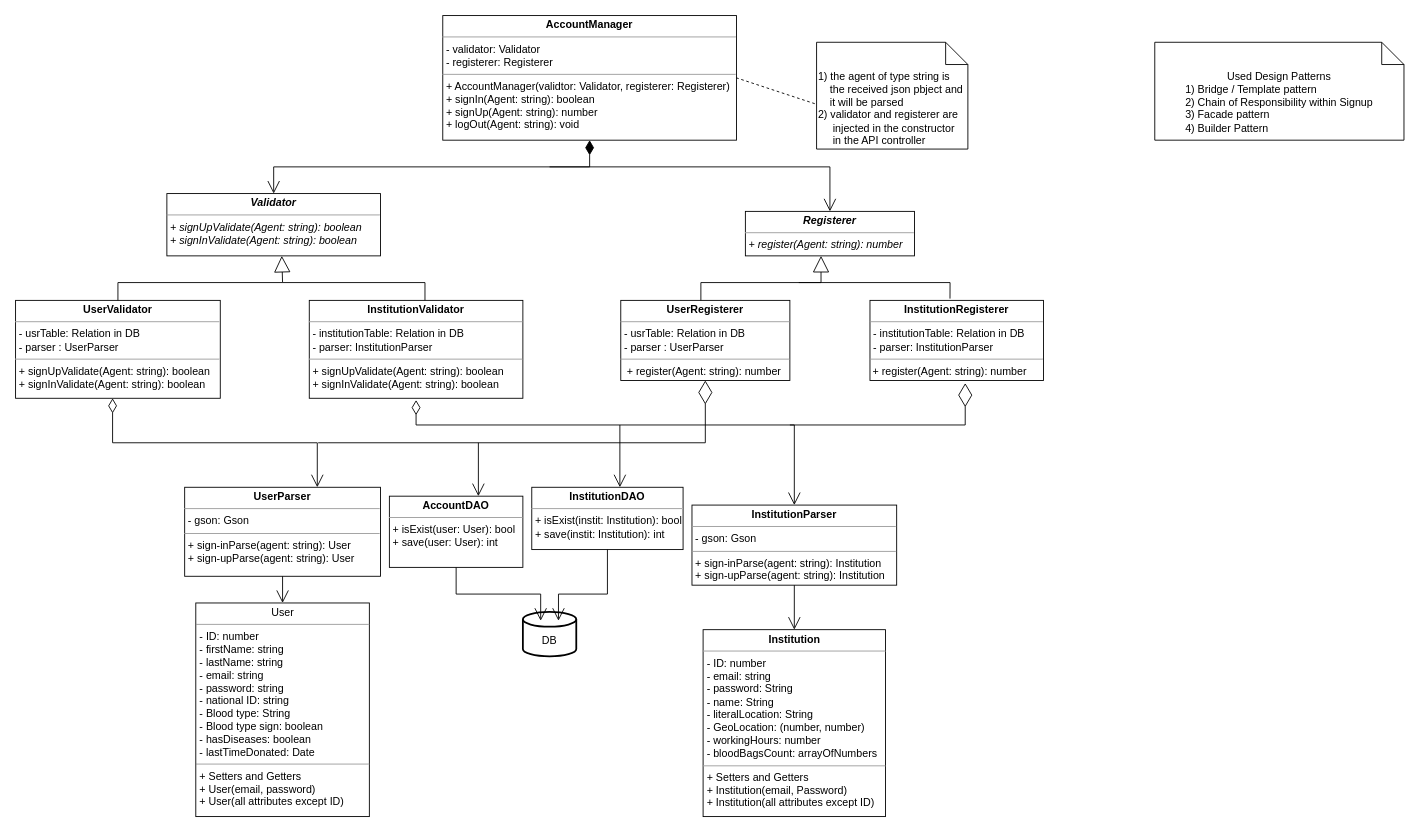
Earlier version of the draw.io diagram page "Class Diagram" (1 of 3) of AccountManager.drawio (muhmagdy/Bloodify). Source tidied: cells renumbered, new cells numbered last; positions are measured from the earlier drawing's top-left corner, leaving out a move shared by most shapes. Both pictures are drawn from the tidied source at 89%, with x=0, y=0 at pixel (15, 15).
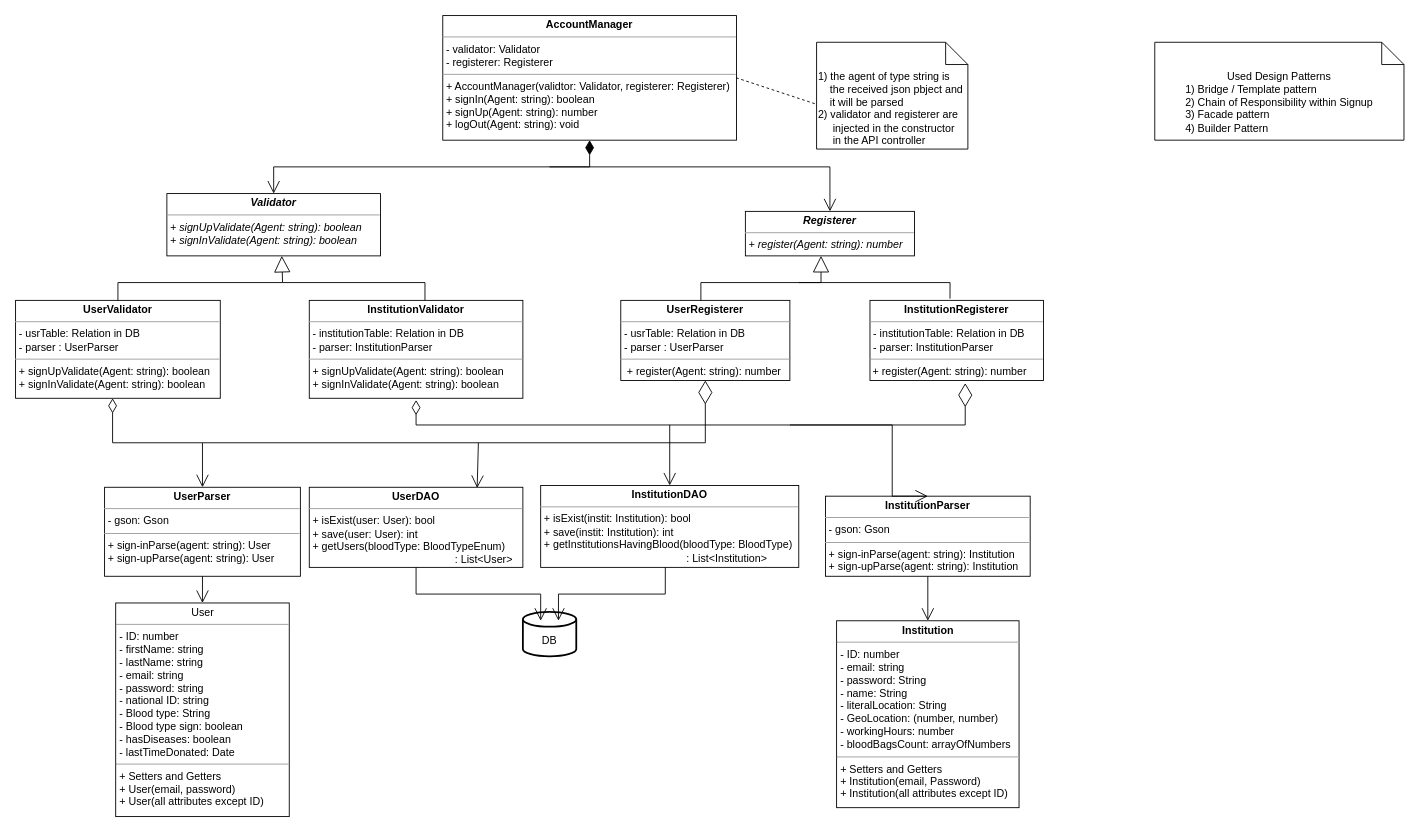
The same page after the edit.

The change refers to these unchanged cells:
```xml
<mxCell id="3" value="&lt;p style=&quot;margin:0px;margin-top:4px;text-align:center;&quot;&gt;&lt;b&gt;UserValidator&lt;/b&gt;&lt;/p&gt;&lt;hr size=&quot;1&quot;&gt;&lt;p style=&quot;margin:0px;margin-left:4px;&quot;&gt;- usrTable: Relation in DB&lt;/p&gt;&lt;p style=&quot;margin:0px;margin-left:4px;&quot;&gt;- parser : UserParser&lt;/p&gt;&lt;hr size=&quot;1&quot;&gt;&lt;p style=&quot;margin:0px;margin-left:4px;&quot;&gt;+ signUpValidate(Agent: string): boolean&lt;/p&gt;&lt;p style=&quot;margin:0px;margin-left:4px;&quot;&gt;+ signInValidate(Agent: string): boolean&lt;/p&gt;" style="verticalAlign=top;align=left;overflow=fill;fontSize=12;fontFamily=Helvetica;html=1;" parent="1" vertex="1">
  <mxGeometry y="320" width="230" height="110" as="geometry" />
</mxCell>
<mxCell id="9" value="&lt;p style=&quot;margin: 0px ; margin-top: 4px ; text-align: center&quot;&gt;&lt;b&gt;UserRegisterer&lt;/b&gt;&lt;/p&gt;&lt;hr size=&quot;1&quot;&gt;&lt;p style=&quot;margin: 0px 0px 0px 4px&quot;&gt;- usrTable: Relation in DB&lt;/p&gt;&lt;p style=&quot;margin: 0px 0px 0px 4px&quot;&gt;- parser : UserParser&lt;/p&gt;&lt;hr size=&quot;1&quot;&gt;&lt;p style=&quot;margin: 0px ; margin-left: 4px&quot;&gt;&amp;nbsp;+ register(Agent: string): number&lt;br&gt;&lt;/p&gt;" style="verticalAlign=top;align=left;overflow=fill;fontSize=12;fontFamily=Helvetica;html=1;" parent="1" vertex="1">
  <mxGeometry x="680" y="320" width="190" height="90" as="geometry" />
</mxCell>
```

The edit, as a diff of the source:
```diff
@@
     <mxCell id="17" value="&lt;p style=&quot;margin:0px;margin-top:4px;text-align:center;&quot;&gt;&lt;b&gt;UserParser&lt;/b&gt;&lt;/p&gt;&lt;hr size=&quot;1&quot;&gt;&lt;p style=&quot;margin:0px;margin-left:4px;&quot;&gt;- gson: Gson&lt;/p&gt;&lt;hr size=&quot;1&quot;&gt;&lt;p style=&quot;margin:0px;margin-left:4px;&quot;&gt;+ sign-inParse(agent: string): User&lt;/p&gt;&lt;p style=&quot;margin:0px;margin-left:4px;&quot;&gt;+ sign-upParse(agent: string): User&lt;/p&gt;" style="verticalAlign=top;align=left;overflow=fill;fontSize=12;fontFamily=Helvetica;html=1;" parent="1" vertex="1">
-      <mxGeometry x="190" y="530" width="220" height="100" as="geometry" />
+      <mxGeometry x="100" y="530" width="220" height="100" as="geometry" />
     </mxCell>
     <mxCell id="18" value="&lt;p style=&quot;margin:0px;margin-top:4px;text-align:center;&quot;&gt;&lt;b&gt;InstitutionParser&lt;/b&gt;&lt;/p&gt;&lt;hr size=&quot;1&quot;&gt;&lt;p style=&quot;margin:0px;margin-left:4px;&quot;&gt;- gson: Gson&lt;/p&gt;&lt;hr size=&quot;1&quot;&gt;&lt;p style=&quot;margin:0px;margin-left:4px;&quot;&gt;+ sign-inParse(agent: string): Institution&lt;/p&gt;&lt;p style=&quot;margin:0px;margin-left:4px;&quot;&gt;+ sign-upParse(agent: string): Institution&lt;/p&gt;" style="verticalAlign=top;align=left;overflow=fill;fontSize=12;fontFamily=Helvetica;html=1;" parent="1" vertex="1">
-      <mxGeometry x="760" y="550" width="230" height="90" as="geometry" />
+      <mxGeometry x="910" y="540" width="230" height="90" as="geometry" />
     </mxCell>
     <mxCell id="19" value="&lt;p style=&quot;margin:0px;margin-top:4px;text-align:center;&quot;&gt;User&lt;/p&gt;&lt;hr size=&quot;1&quot;&gt;&lt;p style=&quot;margin:0px;margin-left:4px;&quot;&gt;- ID: number&lt;/p&gt;&lt;p style=&quot;margin:0px;margin-left:4px;&quot;&gt;- firstName: string&lt;/p&gt;&lt;p style=&quot;margin:0px;margin-left:4px;&quot;&gt;- lastName: string&lt;/p&gt;&lt;p style=&quot;margin:0px;margin-left:4px;&quot;&gt;- email: string&lt;/p&gt;&lt;p style=&quot;margin:0px;margin-left:4px;&quot;&gt;- password: string&lt;/p&gt;&lt;p style=&quot;margin:0px;margin-left:4px;&quot;&gt;- national ID: string&lt;/p&gt;&lt;p style=&quot;margin:0px;margin-left:4px;&quot;&gt;- Blood type: String&lt;/p&gt;&lt;p style=&quot;margin:0px;margin-left:4px;&quot;&gt;- Blood type sign: boolean&lt;/p&gt;&lt;p style=&quot;margin:0px;margin-left:4px;&quot;&gt;- hasDiseases: boolean&lt;/p&gt;&lt;p style=&quot;margin:0px;margin-left:4px;&quot;&gt;- lastTimeDonated: Date&lt;/p&gt;&lt;hr size=&quot;1&quot;&gt;&lt;p style=&quot;margin:0px;margin-left:4px;&quot;&gt;+ Setters and Getters&lt;/p&gt;&lt;p style=&quot;margin:0px;margin-left:4px;&quot;&gt;+ User(email, password)&lt;/p&gt;&lt;p style=&quot;margin:0px;margin-left:4px;&quot;&gt;+ User(all attributes except ID)&lt;/p&gt;" style="verticalAlign=top;align=left;overflow=fill;fontSize=12;fontFamily=Helvetica;html=1;" parent="1" vertex="1">
-      <mxGeometry x="202.5" y="660" width="195" height="240" as="geometry" />
+      <mxGeometry x="112.5" y="660" width="195" height="240" as="geometry" />
     </mxCell>
@@
-    <mxCell id="21" style="endArrow=open;html=1;endSize=12;startArrow=diamondThin;startSize=14;startFill=0;edgeStyle=orthogonalEdgeStyle;align=left;verticalAlign=bottom;rounded=0;" parent="1" edge="1" source="3" target="17">
+    <mxCell id="21" style="endArrow=open;html=1;endSize=12;startArrow=diamondThin;startSize=14;startFill=0;edgeStyle=orthogonalEdgeStyle;align=left;verticalAlign=bottom;rounded=0;entryX=0.5;entryY=0;entryDx=0;entryDy=0;" parent="1" edge="1" source="3" target="17">
       <mxGeometry x="-0.66" y="-190" relative="1" as="geometry">
         <Array as="points">
           <mxPoint x="109" y="480" />
-          <mxPoint x="339" y="480" />
+          <mxPoint x="210" y="480" />
         </Array>
       </mxGeometry>
     </mxCell>
     <mxCell id="22" style="endArrow=diamondThin;endFill=0;endSize=24;html=1;rounded=0;entryX=0.5;entryY=1;entryDx=0;entryDy=0;" parent="1" edge="1" target="9">
       <mxGeometry relative="1" as="geometry">
-        <mxPoint x="340" y="480" as="sourcePoint" />
+        <mxPoint x="210" y="480" as="sourcePoint" />
         <Array as="points">
           <mxPoint x="775" y="480" />
         </Array>
       </mxGeometry>
     </mxCell>
     <mxCell id="23" style="endArrow=open;html=1;endSize=12;startArrow=diamondThin;startSize=14;startFill=0;edgeStyle=orthogonalEdgeStyle;align=left;verticalAlign=bottom;rounded=0;entryX=0.5;entryY=0;entryDx=0;entryDy=0;" parent="1" edge="1" target="18">
       <mxGeometry x="-0.66" y="-190" relative="1" as="geometry">
         <mxPoint x="450" y="432" as="sourcePoint" />
         <Array as="points">
           <mxPoint x="450" y="460" />
-          <mxPoint x="875" y="460" />
+          <mxPoint x="985" y="460" />
         </Array>
       </mxGeometry>
     </mxCell>
@@
     <mxCell id="25" value="&lt;p style=&quot;margin:0px;margin-top:4px;text-align:center;&quot;&gt;&lt;b&gt;Institution&lt;/b&gt;&lt;/p&gt;&lt;hr size=&quot;1&quot;&gt;&lt;p style=&quot;margin:0px;margin-left:4px;&quot;&gt;- ID: number&lt;/p&gt;&lt;p style=&quot;margin:0px;margin-left:4px;&quot;&gt;- email: string&lt;/p&gt;&lt;p style=&quot;margin:0px;margin-left:4px;&quot;&gt;- password: String&lt;/p&gt;&lt;p style=&quot;margin:0px;margin-left:4px;&quot;&gt;- name: String&lt;/p&gt;&lt;p style=&quot;margin:0px;margin-left:4px;&quot;&gt;- literalLocation: String&lt;/p&gt;&lt;p style=&quot;margin:0px;margin-left:4px;&quot;&gt;- GeoLocation: (number, number)&lt;/p&gt;&lt;p style=&quot;margin:0px;margin-left:4px;&quot;&gt;- workingHours: number&lt;/p&gt;&lt;p style=&quot;margin:0px;margin-left:4px;&quot;&gt;- bloodBagsCount: arrayOfNumbers&lt;/p&gt;&lt;hr size=&quot;1&quot;&gt;&lt;p style=&quot;margin:0px;margin-left:4px;&quot;&gt;+ Setters and Getters&lt;/p&gt;&lt;p style=&quot;margin:0px;margin-left:4px;&quot;&gt;+ Institution(email, Password)&lt;/p&gt;&lt;p style=&quot;margin:0px;margin-left:4px;&quot;&gt;+ Institution(all attributes except ID)&lt;/p&gt;" style="verticalAlign=top;align=left;overflow=fill;fontSize=12;fontFamily=Helvetica;html=1;" parent="1" vertex="1">
-      <mxGeometry x="772.5" y="690" width="205" height="210" as="geometry" />
+      <mxGeometry x="922.5" y="680" width="205" height="210" as="geometry" />
     </mxCell>
@@
-    <mxCell id="28" style="endArrow=open;endFill=1;endSize=12;html=1;rounded=0;" parent="1" edge="1">
+    <mxCell id="28" style="endArrow=open;endFill=1;endSize=12;html=1;rounded=0;entryX=0.786;entryY=0.009;entryDx=0;entryDy=0;entryPerimeter=0;" parent="1" edge="1" target="31">
       <mxGeometry relative="1" as="geometry">
         <mxPoint x="520" y="480" as="sourcePoint" />
-        <mxPoint x="520" y="540" as="targetPoint" />
       </mxGeometry>
     </mxCell>
-    <mxCell id="29" style="endArrow=open;endFill=1;endSize=12;html=1;rounded=0;" parent="1" edge="1">
+    <mxCell id="29" style="endArrow=open;endFill=1;endSize=12;html=1;rounded=0;" parent="1" edge="1" target="32">
       <mxGeometry relative="1" as="geometry">
-        <mxPoint x="679" y="460" as="sourcePoint" />
-        <mxPoint x="679" y="530" as="targetPoint" />
+        <mxPoint x="735" y="460" as="sourcePoint" />
       </mxGeometry>
     </mxCell>
@@
-    <mxCell id="31" value="&lt;p style=&quot;margin:0px;margin-top:4px;text-align:center;&quot;&gt;&lt;b&gt;AccountDAO&lt;/b&gt;&lt;/p&gt;&lt;hr size=&quot;1&quot;&gt;&lt;p style=&quot;margin:0px;margin-left:4px;&quot;&gt;+ isExist(user: User): bool&lt;/p&gt;&lt;p style=&quot;margin:0px;margin-left:4px;&quot;&gt;+ save(user: User): int&lt;/p&gt;" style="verticalAlign=top;align=left;overflow=fill;fontSize=12;fontFamily=Helvetica;html=1;" parent="1" vertex="1">
-      <mxGeometry x="420" y="540" width="150" height="80" as="geometry" />
+    <mxCell id="31" value="&lt;p style=&quot;margin: 0px ; margin-top: 4px ; text-align: center&quot;&gt;&lt;b&gt;UserDAO&lt;/b&gt;&lt;/p&gt;&lt;hr size=&quot;1&quot;&gt;&lt;p style=&quot;margin: 0px ; margin-left: 4px&quot;&gt;+ isExist(user: User): bool&lt;/p&gt;&lt;p style=&quot;margin: 0px ; margin-left: 4px&quot;&gt;+ save(user: User): int&lt;/p&gt;&lt;p style=&quot;margin: 0px ; margin-left: 4px&quot;&gt;+ getUsers(bloodType: BloodTypeEnum)&lt;/p&gt;&lt;p style=&quot;margin: 0px ; margin-left: 4px&quot;&gt;&lt;span style=&quot;white-space: pre&quot;&gt;&#9;&lt;/span&gt;&lt;span style=&quot;white-space: pre&quot;&gt;&#9;&lt;/span&gt;&lt;span style=&quot;white-space: pre&quot;&gt;&#9;&lt;/span&gt;&lt;span style=&quot;white-space: pre&quot;&gt;&#9;&lt;/span&gt;&lt;span style=&quot;white-space: pre&quot;&gt;&#9;&lt;/span&gt;&lt;span style=&quot;white-space: pre&quot;&gt;&#9;&lt;/span&gt;: List&amp;lt;User&amp;gt;&lt;/p&gt;" style="verticalAlign=top;align=left;overflow=fill;fontSize=12;fontFamily=Helvetica;html=1;" parent="1" vertex="1">
+      <mxGeometry x="330" y="530" width="240" height="90" as="geometry" />
     </mxCell>
-    <mxCell id="32" value="&lt;p style=&quot;margin:0px;margin-top:4px;text-align:center;&quot;&gt;&lt;b&gt;InstitutionDAO&lt;/b&gt;&lt;/p&gt;&lt;hr size=&quot;1&quot;&gt;&lt;p style=&quot;margin:0px;margin-left:4px;&quot;&gt;+ isExist(instit: Institution): boo&lt;span style=&quot;background-color: initial;&quot;&gt;l&lt;/span&gt;&lt;/p&gt;&lt;p style=&quot;margin:0px;margin-left:4px;&quot;&gt;&lt;span style=&quot;background-color: initial;&quot;&gt;+ save(instit: Institution): int&lt;/span&gt;&lt;/p&gt;" style="verticalAlign=top;align=left;overflow=fill;fontSize=12;fontFamily=Helvetica;html=1;" parent="1" vertex="1">
-      <mxGeometry x="580" y="530" width="170" height="70" as="geometry" />
+    <mxCell id="32" value="&lt;p style=&quot;margin: 0px ; margin-top: 4px ; text-align: center&quot;&gt;&lt;b&gt;InstitutionDAO&lt;/b&gt;&lt;/p&gt;&lt;hr size=&quot;1&quot;&gt;&lt;p style=&quot;margin: 0px ; margin-left: 4px&quot;&gt;+ isExist(instit: Institution): boo&lt;span&gt;l&lt;/span&gt;&lt;/p&gt;&lt;p style=&quot;margin: 0px ; margin-left: 4px&quot;&gt;&lt;span&gt;+ save(instit: Institution): int&lt;/span&gt;&lt;/p&gt;&lt;p style=&quot;margin: 0px ; margin-left: 4px&quot;&gt;+ getInstitutionsHavingBlood(bloodType: BloodType)&lt;/p&gt;&lt;p style=&quot;margin: 0px ; margin-left: 4px&quot;&gt;&lt;span style=&quot;white-space: pre&quot;&gt;&#9;&lt;/span&gt;&lt;span style=&quot;white-space: pre&quot;&gt;&#9;&lt;/span&gt;&lt;span style=&quot;white-space: pre&quot;&gt;&#9;&lt;/span&gt;&lt;span style=&quot;white-space: pre&quot;&gt;&#9;&lt;/span&gt;&lt;span style=&quot;white-space: pre&quot;&gt;&#9;&lt;/span&gt;&lt;span style=&quot;white-space: pre&quot;&gt;&#9;&lt;/span&gt;: List&amp;lt;Institution&amp;gt;&lt;span&gt;&lt;br&gt;&lt;/span&gt;&lt;/p&gt;" style="verticalAlign=top;align=left;overflow=fill;fontSize=12;fontFamily=Helvetica;html=1;" parent="1" vertex="1">
+      <mxGeometry x="590" y="528" width="290" height="92" as="geometry" />
     </mxCell>
     <mxCell id="33" style="endArrow=open;endFill=1;endSize=12;html=1;rounded=0;exitX=0.5;exitY=1;exitDx=0;exitDy=0;" parent="1" edge="1" source="31">
       <mxGeometry relative="1" as="geometry">
         <mxPoint x="590" y="680" as="targetPoint" />
         <Array as="points">
-          <mxPoint x="495" y="650" />
+          <mxPoint x="450" y="650" />
           <mxPoint x="590" y="650" />
         </Array>
       </mxGeometry>
     </mxCell>
-    <mxCell id="34" style="endArrow=open;endFill=1;endSize=12;html=1;rounded=0;exitX=0.5;exitY=1;exitDx=0;exitDy=0;" parent="1" edge="1" source="32">
+    <mxCell id="34" style="endArrow=open;endFill=1;endSize=12;html=1;rounded=0;exitX=0.483;exitY=1;exitDx=0;exitDy=0;exitPerimeter=0;" parent="1" edge="1" source="32">
       <mxGeometry relative="1" as="geometry">
         <mxPoint x="610" y="680" as="targetPoint" />
         <Array as="points">
-          <mxPoint x="665" y="650" />
+          <mxPoint x="730" y="650" />
           <mxPoint x="610" y="650" />
         </Array>
       </mxGeometry>
     </mxCell>
```
